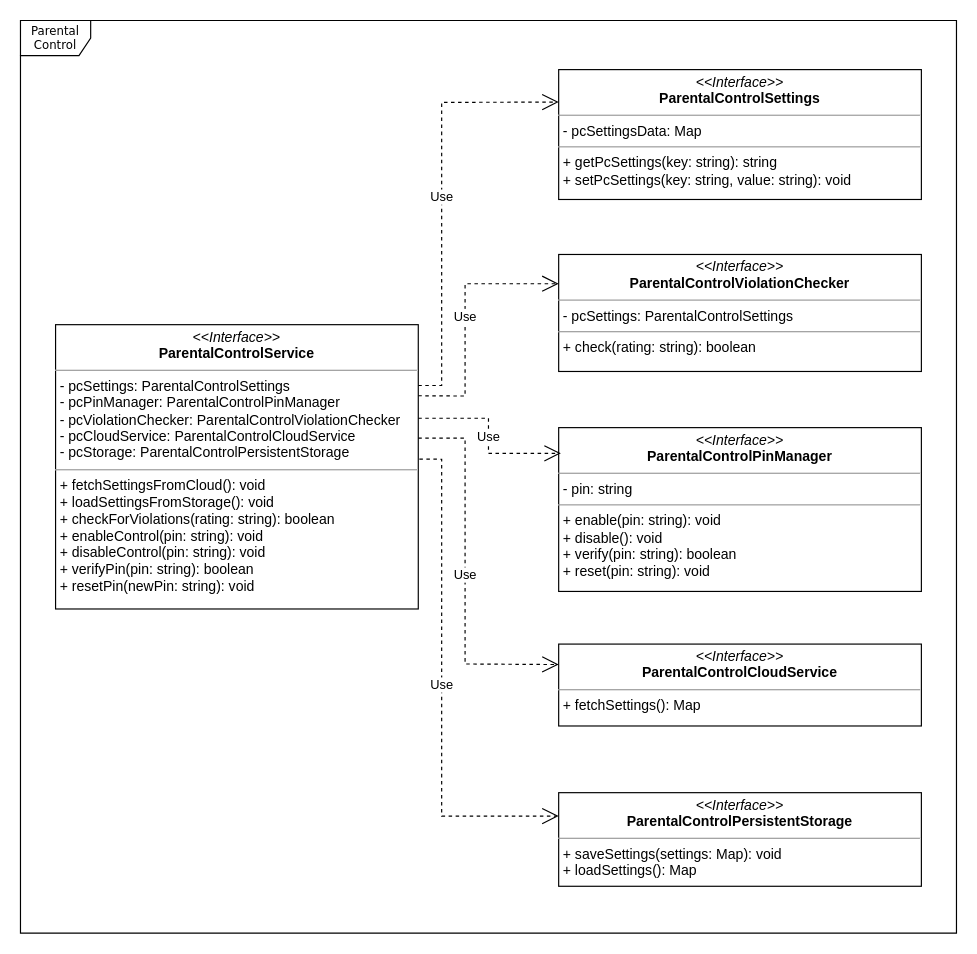
Before: pc-uml.drawio in ashokkumarsh/diagrams, a draw.io diagram. Source tidied: cells renumbered, new cells numbered last; positions are measured from the earlier drawing's top-left corner, leaving out a move shared by most shapes. Both pictures are drawn from the tidied source at 117%, with x=0, y=0 at pixel (20, 20).
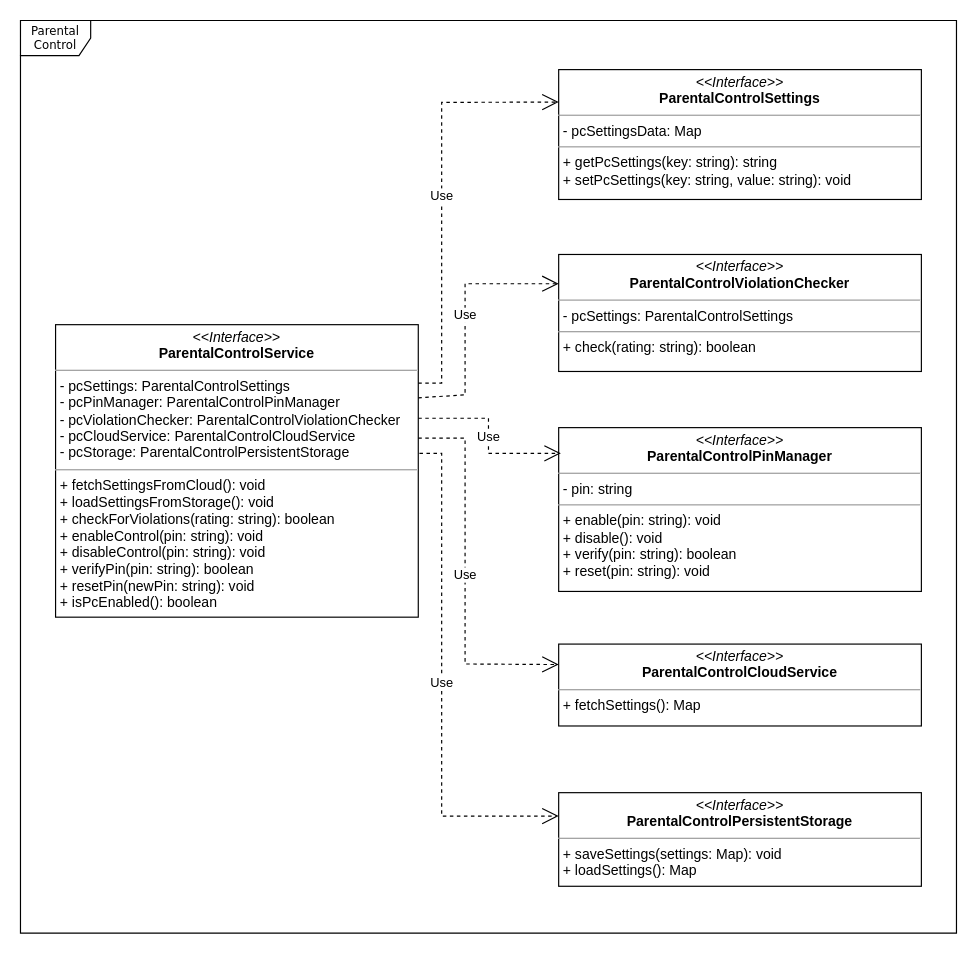
After the change.

The change refers to these unchanged cells:
```xml
<mxCell id="4" value="&lt;p style=&quot;margin:0px;margin-top:4px;text-align:center;&quot;&gt;&lt;i&gt;&amp;lt;&amp;lt;Interface&amp;gt;&amp;gt;&lt;/i&gt;&lt;br&gt;&lt;b&gt;ParentalControlSettings&lt;/b&gt;&lt;/p&gt;&lt;hr size=&quot;1&quot;&gt;&lt;p style=&quot;margin:0px;margin-left:4px;&quot;&gt;- pcSettingsData: Map&lt;br&gt;&lt;/p&gt;&lt;hr size=&quot;1&quot;&gt;&lt;p style=&quot;margin:0px;margin-left:4px;&quot;&gt;+ getPcSettings(key: string): string&lt;br&gt;+ setPcSettings(key: string, value: string): void&lt;/p&gt;" style="verticalAlign=top;align=left;overflow=fill;fontSize=12;fontFamily=Helvetica;html=1;rounded=0;shadow=0;comic=0;labelBackgroundColor=none;strokeWidth=1;" parent="1" vertex="1">
  <mxGeometry x="460" y="42" width="310" height="111" as="geometry" />
</mxCell>
<mxCell id="5" value="&lt;p style=&quot;margin:0px;margin-top:4px;text-align:center;&quot;&gt;&lt;i&gt;&amp;lt;&amp;lt;Interface&amp;gt;&amp;gt;&lt;/i&gt;&lt;br&gt;&lt;b&gt;ParentalControlViolationChecker&lt;/b&gt;&lt;/p&gt;&lt;hr size=&quot;1&quot;&gt;&lt;p style=&quot;margin:0px;margin-left:4px;&quot;&gt;- pcSettings: ParentalControlSettings&lt;br&gt;&lt;/p&gt;&lt;hr size=&quot;1&quot;&gt;&lt;p style=&quot;margin:0px;margin-left:4px;&quot;&gt;+ check(rating: string): boolean&lt;br&gt;&lt;/p&gt;" style="verticalAlign=top;align=left;overflow=fill;fontSize=12;fontFamily=Helvetica;html=1;rounded=0;shadow=0;comic=0;labelBackgroundColor=none;strokeWidth=1;" parent="1" vertex="1">
  <mxGeometry x="460" y="200" width="310" height="100" as="geometry" />
</mxCell>
<mxCell id="8" value="&lt;p style=&quot;margin:0px;margin-top:4px;text-align:center;&quot;&gt;&lt;i&gt;&amp;lt;&amp;lt;Interface&amp;gt;&amp;gt;&lt;/i&gt;&lt;br&gt;&lt;b&gt;ParentalControlPersistentStorage&lt;/b&gt;&lt;/p&gt;&lt;hr size=&quot;1&quot;&gt;&lt;p style=&quot;margin:0px;margin-left:4px;&quot;&gt;+ saveSettings(settings: Map): void&lt;br&gt;&lt;/p&gt;&lt;p style=&quot;margin:0px;margin-left:4px;&quot;&gt;+ loadSettings(): Map&lt;/p&gt;" style="verticalAlign=top;align=left;overflow=fill;fontSize=12;fontFamily=Helvetica;html=1;rounded=0;shadow=0;comic=0;labelBackgroundColor=none;strokeWidth=1;" parent="1" vertex="1">
  <mxGeometry x="460" y="660" width="310" height="80" as="geometry" />
</mxCell>
```

What changed in the source:
```diff
@@
-    <mxCell id="3" value="&lt;p style=&quot;margin:0px;margin-top:4px;text-align:center;&quot;&gt;&lt;i&gt;&amp;lt;&amp;lt;Interface&amp;gt;&amp;gt;&lt;/i&gt;&lt;br&gt;&lt;b&gt;ParentalControlService&lt;/b&gt;&lt;/p&gt;&lt;hr size=&quot;1&quot;&gt;&lt;p style=&quot;margin:0px;margin-left:4px;&quot;&gt;- pcSettings: ParentalControlSettings&lt;br&gt;- pcPinManager: ParentalControlPinManager&lt;/p&gt;&lt;p style=&quot;margin:0px;margin-left:4px;&quot;&gt;- pcViolationChecker: ParentalControlViolationChecker&lt;/p&gt;&lt;p style=&quot;margin:0px;margin-left:4px;&quot;&gt;- pcCloudService: ParentalControlCloudService&lt;/p&gt;&lt;p style=&quot;margin:0px;margin-left:4px;&quot;&gt;- pcStorage: ParentalControlPersistentStorage&lt;/p&gt;&lt;hr size=&quot;1&quot;&gt;&lt;p style=&quot;margin:0px;margin-left:4px;&quot;&gt;+ fetchSettingsFromCloud(): void&lt;br&gt;+ loadSettingsFromStorage(): void&lt;/p&gt;&lt;p style=&quot;margin:0px;margin-left:4px;&quot;&gt;+ checkForViolations(rating: string): boolean&lt;/p&gt;&lt;p style=&quot;margin:0px;margin-left:4px;&quot;&gt;+ enableControl(pin: string): void&lt;/p&gt;&lt;p style=&quot;margin:0px;margin-left:4px;&quot;&gt;+ disableControl(pin: string): void&lt;/p&gt;&lt;p style=&quot;margin:0px;margin-left:4px;&quot;&gt;+ verifyPin(pin: string): boolean&lt;/p&gt;&lt;p style=&quot;margin:0px;margin-left:4px;&quot;&gt;+ resetPin(newPin: string): void&lt;/p&gt;" style="verticalAlign=top;align=left;overflow=fill;fontSize=12;fontFamily=Helvetica;html=1;rounded=0;shadow=0;comic=0;labelBackgroundColor=none;strokeWidth=1;" parent="1" vertex="1">
-      <mxGeometry x="30" y="260" width="310" height="243" as="geometry" />
+    <mxCell id="3" value="&lt;p style=&quot;margin:0px;margin-top:4px;text-align:center;&quot;&gt;&lt;i&gt;&amp;lt;&amp;lt;Interface&amp;gt;&amp;gt;&lt;/i&gt;&lt;br&gt;&lt;b&gt;ParentalControlService&lt;/b&gt;&lt;/p&gt;&lt;hr size=&quot;1&quot;&gt;&lt;p style=&quot;margin:0px;margin-left:4px;&quot;&gt;- pcSettings: ParentalControlSettings&lt;br&gt;- pcPinManager: ParentalControlPinManager&lt;/p&gt;&lt;p style=&quot;margin:0px;margin-left:4px;&quot;&gt;- pcViolationChecker: ParentalControlViolationChecker&lt;/p&gt;&lt;p style=&quot;margin:0px;margin-left:4px;&quot;&gt;- pcCloudService: ParentalControlCloudService&lt;/p&gt;&lt;p style=&quot;margin:0px;margin-left:4px;&quot;&gt;- pcStorage: ParentalControlPersistentStorage&lt;/p&gt;&lt;hr size=&quot;1&quot;&gt;&lt;p style=&quot;margin:0px;margin-left:4px;&quot;&gt;+ fetchSettingsFromCloud(): void&lt;br&gt;+ loadSettingsFromStorage(): void&lt;/p&gt;&lt;p style=&quot;margin:0px;margin-left:4px;&quot;&gt;+ checkForViolations(rating: string): boolean&lt;/p&gt;&lt;p style=&quot;margin:0px;margin-left:4px;&quot;&gt;+ enableControl(pin: string): void&lt;/p&gt;&lt;p style=&quot;margin:0px;margin-left:4px;&quot;&gt;+ disableControl(pin: string): void&lt;/p&gt;&lt;p style=&quot;margin:0px;margin-left:4px;&quot;&gt;+ verifyPin(pin: string): boolean&lt;/p&gt;&lt;p style=&quot;margin:0px;margin-left:4px;&quot;&gt;+ resetPin(newPin: string): void&lt;/p&gt;&lt;p style=&quot;margin:0px;margin-left:4px;&quot;&gt;+ isPcEnabled(): boolean&lt;/p&gt;" style="verticalAlign=top;align=left;overflow=fill;fontSize=12;fontFamily=Helvetica;html=1;rounded=0;shadow=0;comic=0;labelBackgroundColor=none;strokeWidth=1;" parent="1" vertex="1">
+      <mxGeometry x="30" y="260" width="310" height="250" as="geometry" />
     </mxCell>
@@
-    <mxCell id="9" value="Use" style="endArrow=open;endSize=12;dashed=1;html=1;rounded=0;exitX=1;exitY=0.214;exitDx=0;exitDy=0;exitPerimeter=0;entryX=0;entryY=0.25;entryDx=0;entryDy=0;" parent="1" edge="1" source="3" target="4">
+    <mxCell id="9" value="Use" style="endArrow=open;endSize=12;dashed=1;html=1;rounded=0;entryX=0;entryY=0.25;entryDx=0;entryDy=0;" parent="1" edge="1" target="4">
       <mxGeometry relative="1" as="geometry">
+        <mxPoint x="340" y="310" as="sourcePoint" />
         <Array as="points">
-          <mxPoint x="360" y="312" />
+          <mxPoint x="360" y="310" />
           <mxPoint x="360" y="70" />
         </Array>
       </mxGeometry>
     </mxCell>
     <mxCell id="10" value="Use" style="endArrow=open;endSize=12;dashed=1;html=1;rounded=0;exitX=1;exitY=0.25;exitDx=0;exitDy=0;entryX=0;entryY=0.25;entryDx=0;entryDy=0;" parent="1" edge="1" source="3" target="5">
       <mxGeometry relative="1" as="geometry">
         <Array as="points">
-          <mxPoint x="380" y="321" />
+          <mxPoint x="380" y="320" />
           <mxPoint x="380" y="225" />
         </Array>
       </mxGeometry>
     </mxCell>
@@
-    <mxCell id="13" value="Use" style="endArrow=open;endSize=12;dashed=1;html=1;rounded=0;exitX=1.003;exitY=0.473;exitDx=0;exitDy=0;exitPerimeter=0;entryX=0;entryY=0.25;entryDx=0;entryDy=0;" parent="1" edge="1" source="3" target="8">
+    <mxCell id="13" value="Use" style="endArrow=open;endSize=12;dashed=1;html=1;rounded=0;entryX=0;entryY=0.25;entryDx=0;entryDy=0;" parent="1" edge="1" target="8">
       <mxGeometry relative="1" as="geometry">
+        <mxPoint x="341" y="370" as="sourcePoint" />
         <Array as="points">
-          <mxPoint x="360" y="375" />
+          <mxPoint x="360" y="370" />
           <mxPoint x="360" y="680" />
         </Array>
       </mxGeometry>
     </mxCell>
```
